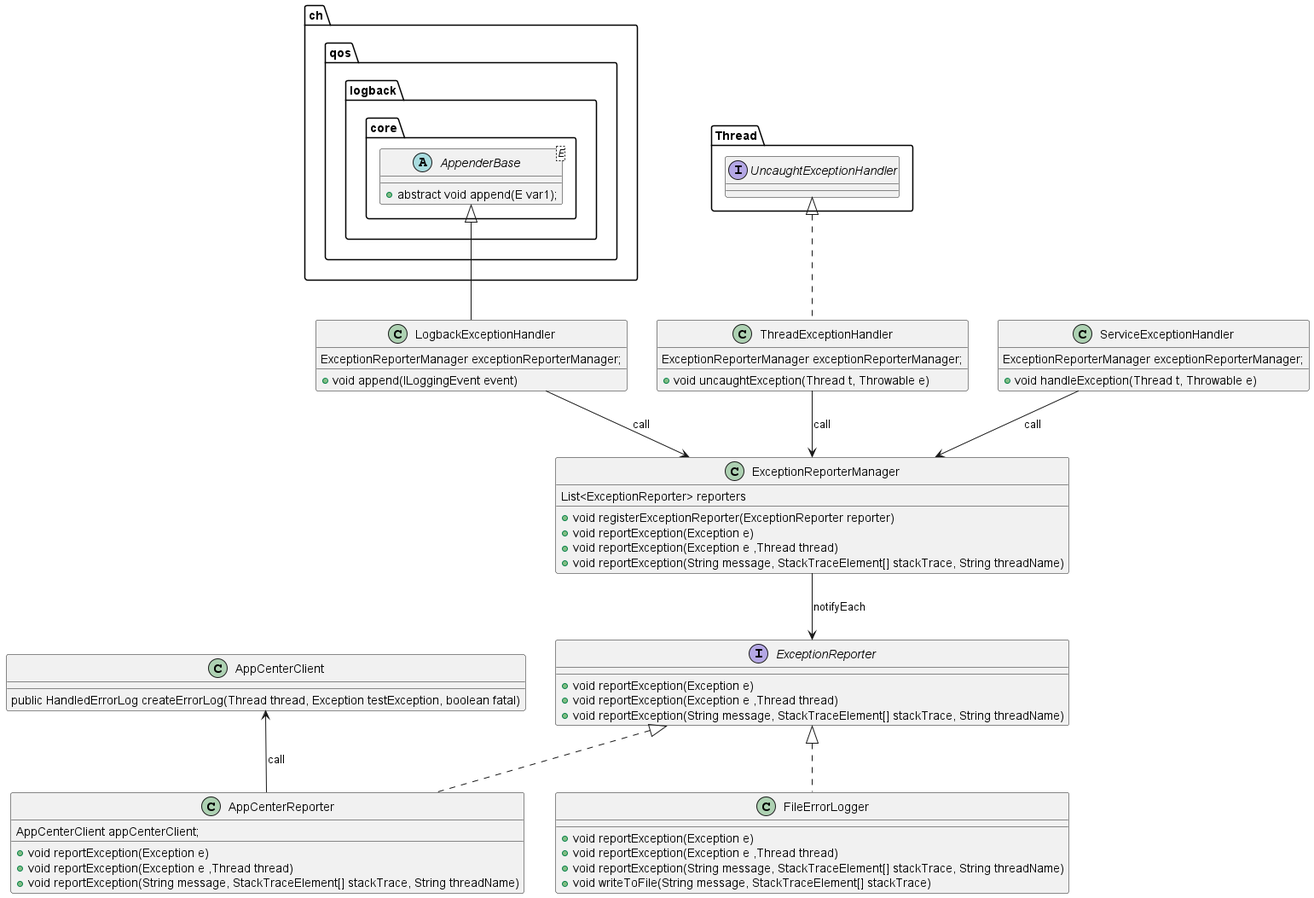
Earlier version of the PlantUML export docs/images/UML/exception_monitor.png (microsoft/HydraLab).
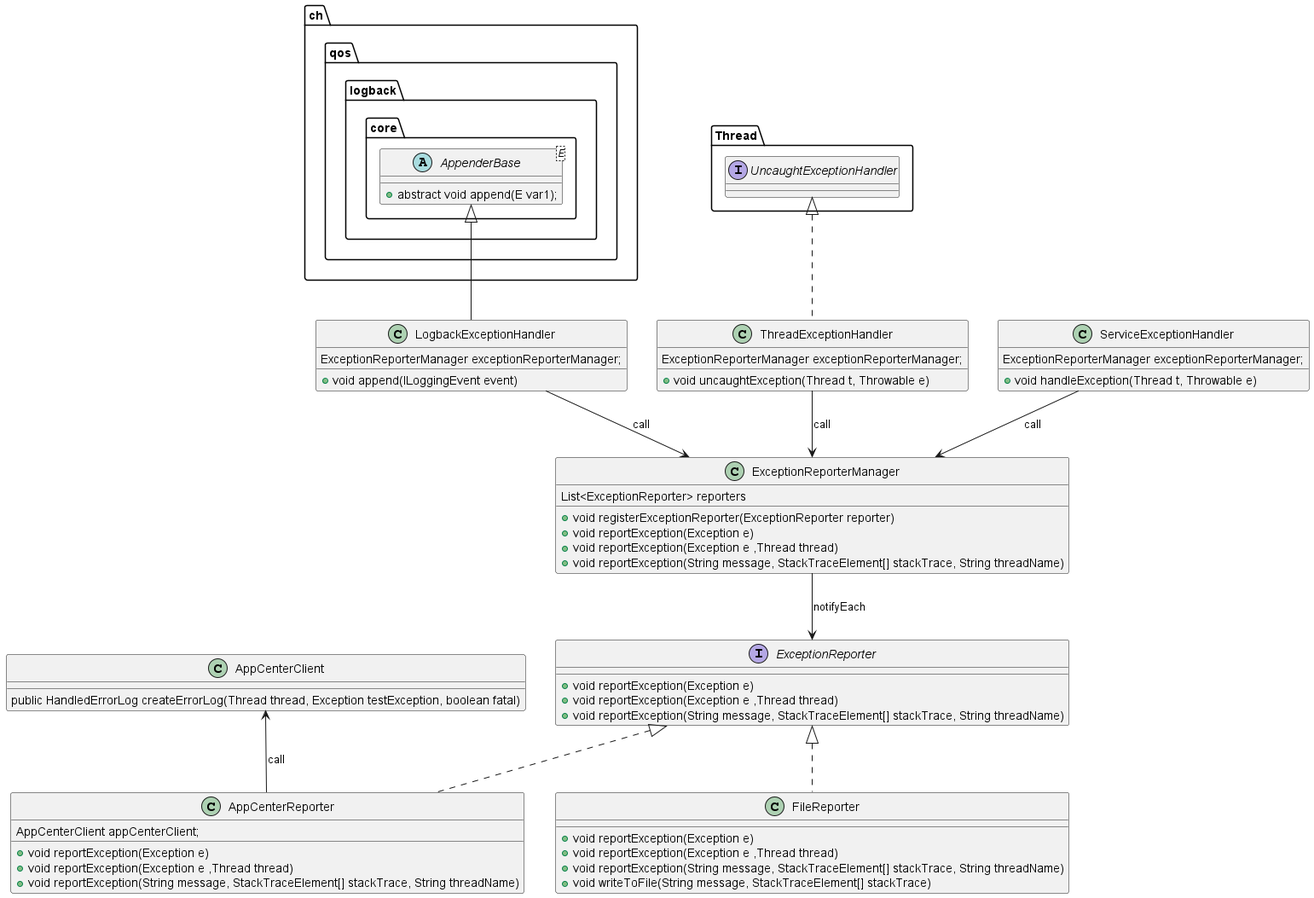
The same diagram one commit later.

Commit message:
update class name

Diff of the diagram source:
```diff
@@ -22,7 +22,7 @@
 }
 
 
-class FileErrorLogger implements ExceptionReporter {
+class FileReporter implements ExceptionReporter {
     + void reportException(Exception e)
     + void reportException(Exception e ,Thread thread)
     + void reportException(String message, StackTraceElement[] stackTrace, String threadName)
```
